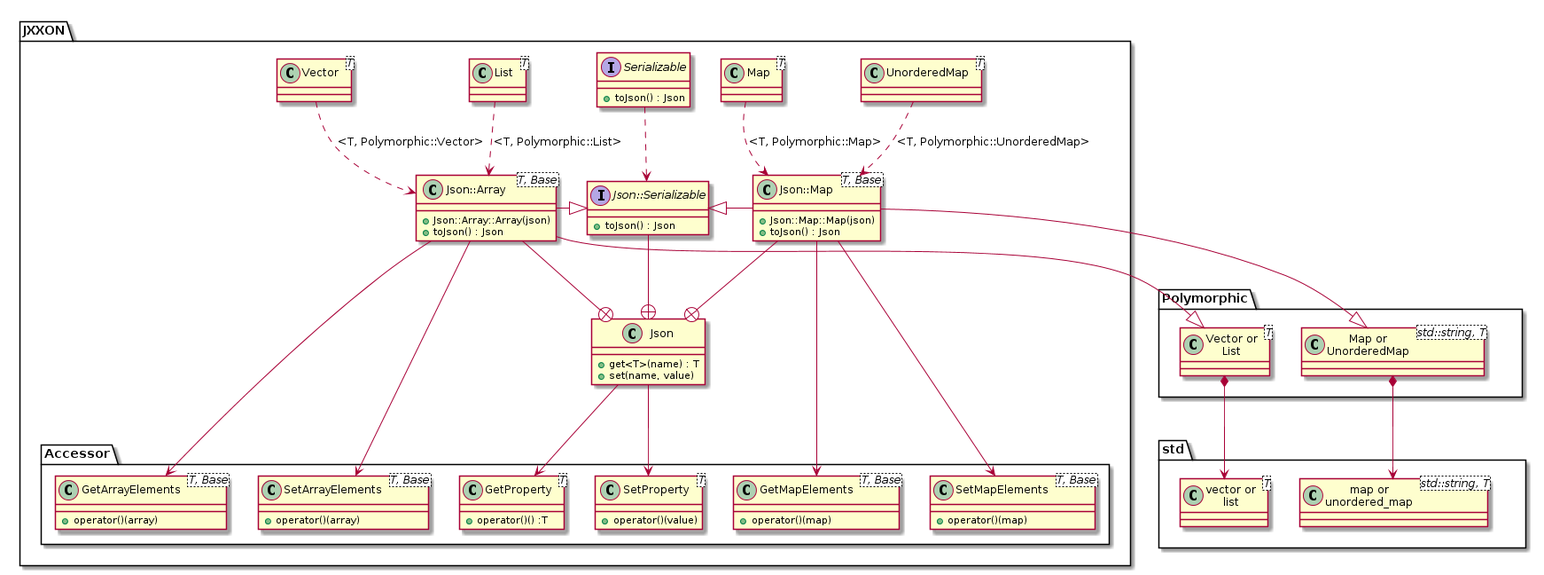
The PlantUML diagram docs/class-diagram.png in jxx-project/JXXON, before a commit.
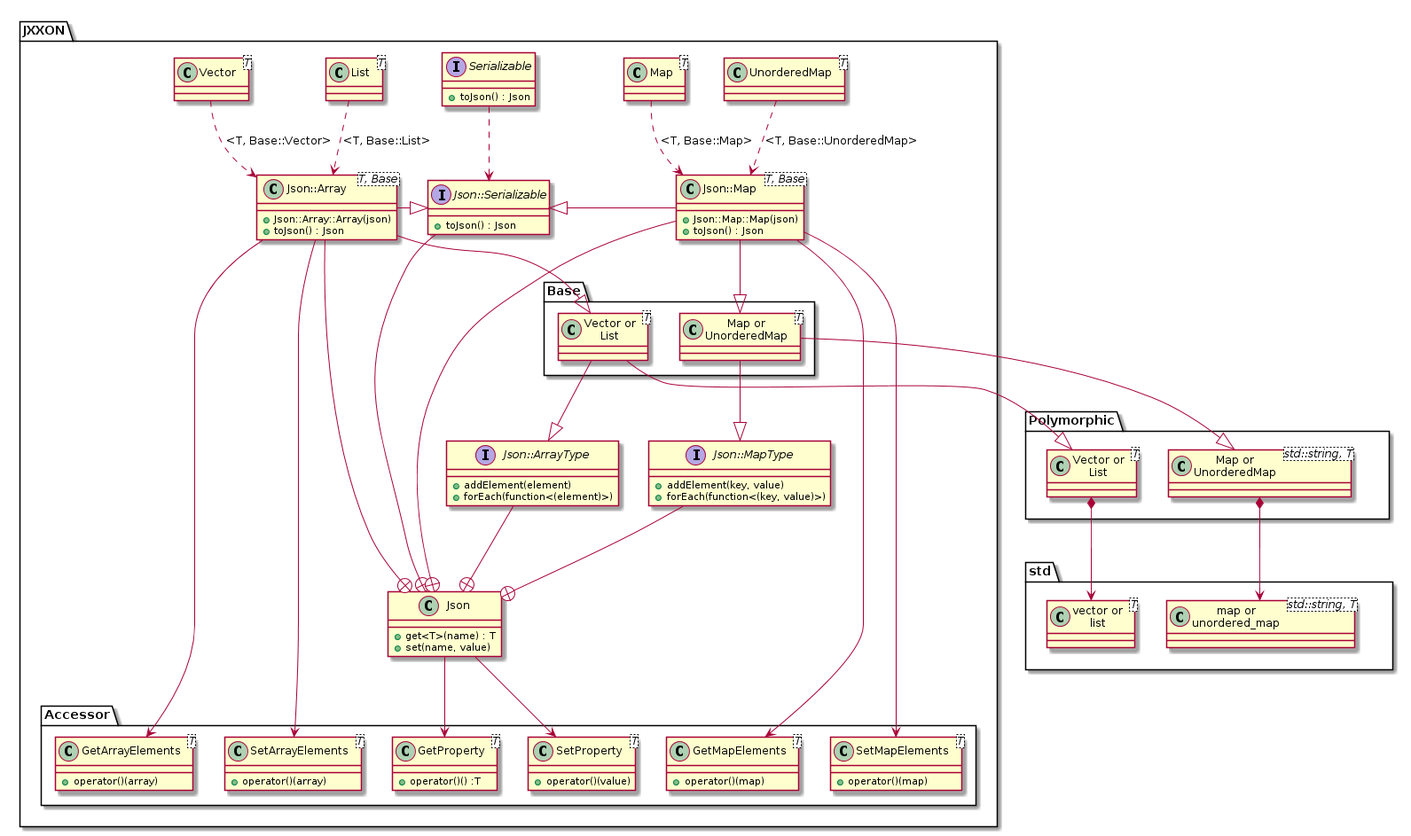
Above is the later version.

Commit message:
Update class diagram.

The edit, as a diff of the source:
```diff
@@ -30,19 +30,40 @@
 	}
 	Serializable ..> Json_Serializable
 
+	interface "Json::ArrayType" as Json_ArrayType {
+		+addElement(element)
+		+forEach(function<(element)>)
+	}
+	Json_ArrayType --+ Json
+
+	interface "Json::MapType" as Json_MapType {
+		+addElement(key, value)
+		+forEach(function<(key, value)>)
+	}
+	Json_MapType --+ Json
+
+	namespace Base {
+		class "Vector or\nList<T>" as ArrayBase
+		class "Map or\nUnorderedMap<T>" as MapBase
+		ArrayBase --|> Polymorphic.ArrayBase
+		ArrayBase --|> JXXON.Json_ArrayType
+		MapBase --|> Polymorphic.MapBase
+		MapBase --|> JXXON.Json_MapType
+	}
+
 	class "Json::Array" as Json_Array<T, Base> {
 		+Json::Array::Array(json)
 		+toJson() : Json
 	}
 	Json_Array --+ Json
 	Json_Array -right-|> Json_Serializable
-	Json_Array --|> Polymorphic.ArrayBase
+	Json_Array --|> JXXON.Base.ArrayBase
 
 	class Vector<T>
-	Vector ..> Json_Array : <T, Polymorphic::Vector>
+	Vector ..> Json_Array : <T, Base::Vector>
 
 	class List<T>
-	List ..> Json_Array : <T, Polymorphic::List>
+	List ..> Json_Array : <T, Base::List>
 
 	class "Json::Map" as Json_Map<T, Base> {
 		+Json::Map::Map(json)
@@ -50,13 +71,13 @@
 	}
 	Json_Map --+ Json
 	Json_Map -left-|> Json_Serializable
-	Json_Map --|> Polymorphic.MapBase
+	Json_Map --|> JXXON.Base.MapBase
 
 	class Map<T>
-	Map ..> Json_Map : <T, Polymorphic::Map>
+	Map ..> Json_Map : <T, Base::Map>
 
 	class UnorderedMap<T>
-	UnorderedMap ..> Json_Map : <T, Polymorphic::UnorderedMap>
+	UnorderedMap ..> Json_Map : <T, Base::UnorderedMap>
 
 	namespace Accessor {
 		class GetProperty<T> {
@@ -69,22 +90,22 @@
 		}
 		JXXON.Json --> SetProperty
 
-		class GetArrayElements<T, Base> {
+		class GetArrayElements<T> {
 			+operator()(array)
 		}
 		JXXON.Json_Array --> GetArrayElements
 
-		class SetArrayElements<T, Base> {
+		class SetArrayElements<T> {
 			+operator()(array)
 		}
 		JXXON.Json_Array --> SetArrayElements
 
-		class GetMapElements<T, Base> {
+		class GetMapElements<T> {
 			+operator()(map)
 		}
 		JXXON.Json_Map --> GetMapElements
 
-		class SetMapElements<T, Base> {
+		class SetMapElements<T> {
 			+operator()(map)
 		}
 		JXXON.Json_Map --> SetMapElements
```
